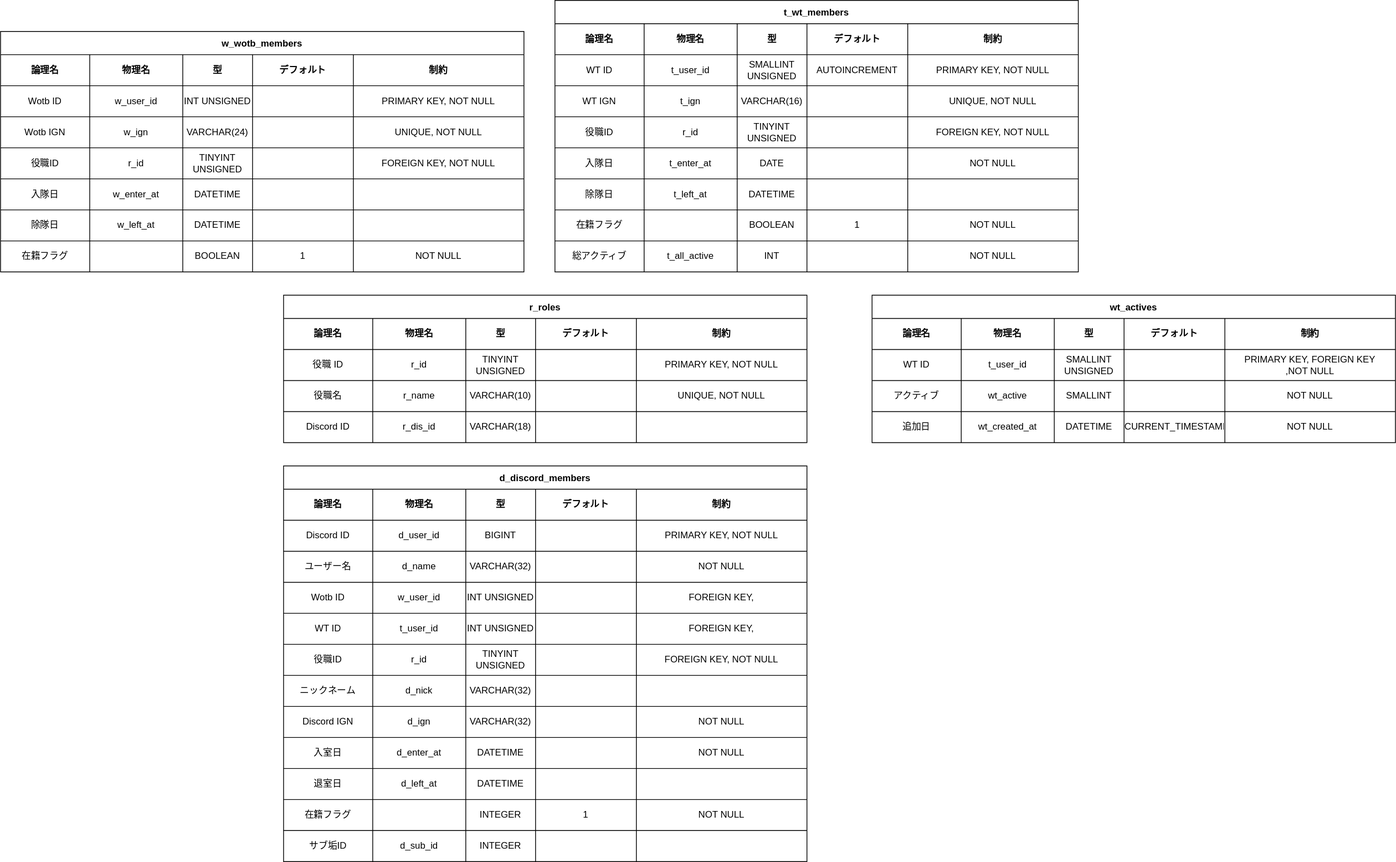
Before: doc/DB-Butsuri.drawio.svg, a diagram exported from draw.io (otazero/ClanManagementDiscordBot). Source tidied: cells renumbered, new cells last; positions are measured from the earlier drawing's top-left corner, leaving out a move shared by most shapes.
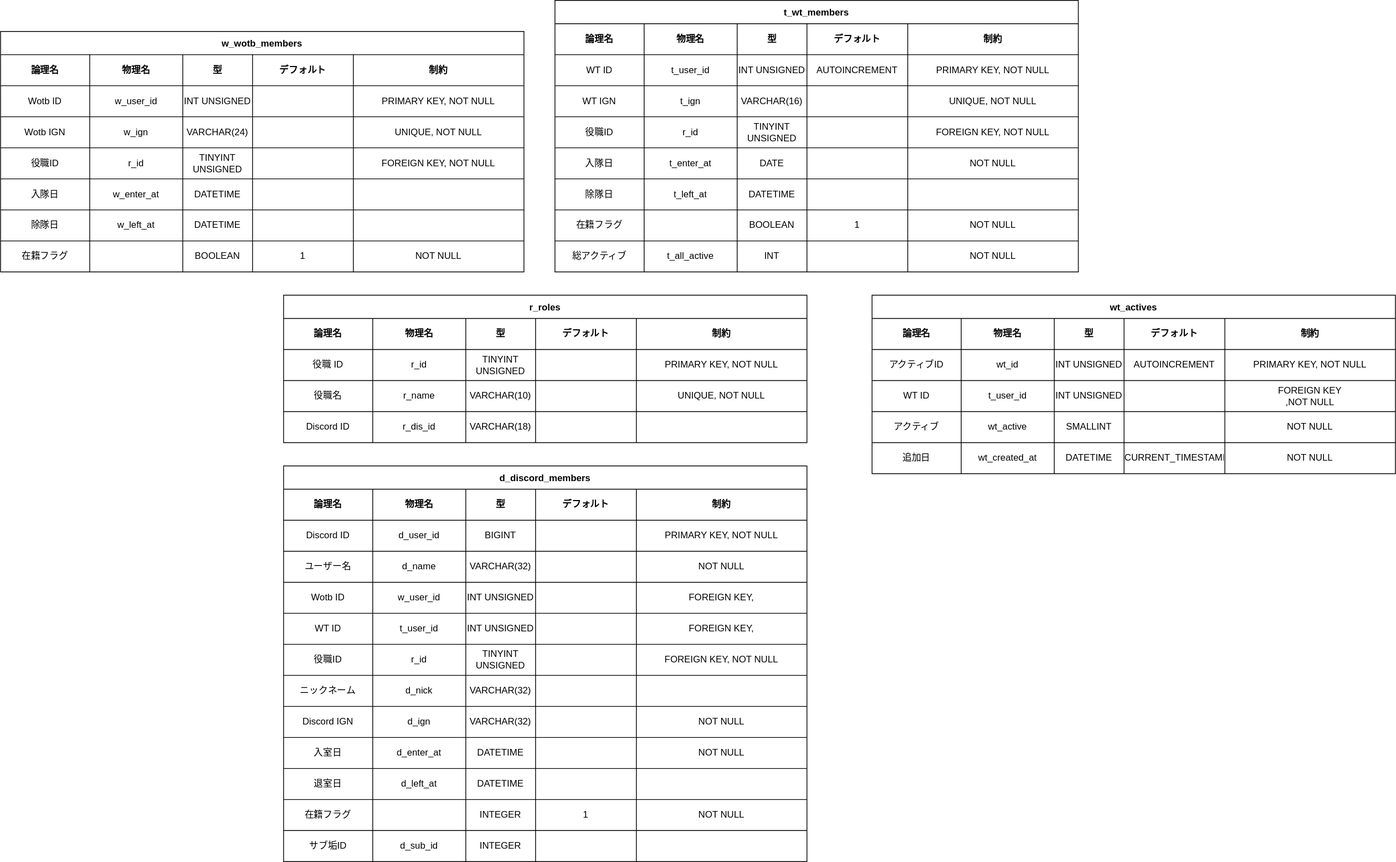
After the change.

Commit message:
WT_IDをINT型に、アクティブIDの追加

Diff of the diagram source:
```diff
@@ -176,7 +176,7 @@
     <mxCell id="59" value="t_user_id" style="shape=partialRectangle;html=1;whiteSpace=wrap;fillColor=none;top=0;left=0;bottom=0;right=0;overflow=hidden;" parent="57" vertex="1">
       <mxGeometry x="115" width="120" height="40" as="geometry" />
     </mxCell>
-    <mxCell id="60" value="SMALLINT UNSIGNED" style="shape=partialRectangle;html=1;whiteSpace=wrap;fillColor=none;top=0;left=0;bottom=0;right=0;overflow=hidden;" parent="57" vertex="1">
+    <mxCell id="60" value="INT UNSIGNED" style="shape=partialRectangle;html=1;whiteSpace=wrap;fillColor=none;top=0;left=0;bottom=0;right=0;overflow=hidden;" parent="57" vertex="1">
       <mxGeometry x="235" width="90" height="40" as="geometry" />
     </mxCell>
     <mxCell id="61" value="AUTOINCREMENT" style="shape=partialRectangle;html=1;whiteSpace=wrap;fillColor=none;top=0;left=0;bottom=0;right=0;overflow=hidden;" parent="57" vertex="1">
@@ -588,7 +588,7 @@
       <mxGeometry x="455" width="220" height="40" as="geometry" />
     </mxCell>
     <mxCell id="197" value="wt_actives" style="shape=table;startSize=30;fontStyle=1;align=center;" parent="1" vertex="1">
-      <mxGeometry x="1124" y="380" width="675" height="190" as="geometry" />
+      <mxGeometry x="1124" y="380" width="675" height="230" as="geometry" />
     </mxCell>
     <mxCell id="198" style="shape=partialRectangle;html=1;whiteSpace=wrap;fillColor=none;top=0;left=0;bottom=0;right=0;" parent="197" vertex="1">
       <mxGeometry y="30" width="675" height="40" as="geometry" />
@@ -608,8 +608,26 @@
     <mxCell id="203" value="制約" style="shape=partialRectangle;html=1;whiteSpace=wrap;fillColor=none;top=0;left=0;bottom=0;right=0;overflow=hidden;fontStyle=1;" parent="198" vertex="1">
       <mxGeometry x="455" width="220" height="40" as="geometry" />
     </mxCell>
+    <mxCell id="222" style="shape=partialRectangle;html=1;whiteSpace=wrap;fillColor=none;top=0;left=0;bottom=0;right=0;" parent="197" vertex="1">
+      <mxGeometry y="70" width="675" height="40" as="geometry" />
+    </mxCell>
+    <mxCell id="223" value="アクティブID" style="shape=partialRectangle;html=1;whiteSpace=wrap;fillColor=none;top=0;left=0;bottom=0;right=0;overflow=hidden;" parent="222" vertex="1">
+      <mxGeometry width="115" height="40" as="geometry" />
+    </mxCell>
+    <mxCell id="224" value="wt_id" style="shape=partialRectangle;html=1;whiteSpace=wrap;fillColor=none;top=0;left=0;bottom=0;right=0;overflow=hidden;" parent="222" vertex="1">
+      <mxGeometry x="115" width="120" height="40" as="geometry" />
+    </mxCell>
+    <mxCell id="225" value="&lt;span&gt;INT UNSIGNED&lt;/span&gt;" style="shape=partialRectangle;html=1;whiteSpace=wrap;fillColor=none;top=0;left=0;bottom=0;right=0;overflow=hidden;" parent="222" vertex="1">
+      <mxGeometry x="235" width="90" height="40" as="geometry" />
+    </mxCell>
+    <mxCell id="226" value="&lt;span&gt;AUTOINCREMENT&lt;/span&gt;" style="shape=partialRectangle;html=1;whiteSpace=wrap;fillColor=none;top=0;left=0;bottom=0;right=0;overflow=hidden;" parent="222" vertex="1">
+      <mxGeometry x="325" width="130" height="40" as="geometry" />
+    </mxCell>
+    <mxCell id="227" value="&lt;span&gt;PRIMARY KEY, NOT NULL&lt;/span&gt;" style="shape=partialRectangle;html=1;whiteSpace=wrap;fillColor=none;top=0;left=0;bottom=0;right=0;overflow=hidden;" parent="222" vertex="1">
+      <mxGeometry x="455" width="220" height="40" as="geometry" />
+    </mxCell>
     <mxCell id="204" style="shape=partialRectangle;html=1;whiteSpace=wrap;fillColor=none;top=0;left=0;bottom=0;right=0;" parent="197" vertex="1">
-      <mxGeometry y="70" width="675" height="40" as="geometry" />
+      <mxGeometry y="110" width="675" height="40" as="geometry" />
     </mxCell>
     <mxCell id="205" value="WT ID" style="shape=partialRectangle;html=1;whiteSpace=wrap;fillColor=none;top=0;left=0;bottom=0;right=0;overflow=hidden;" parent="204" vertex="1">
       <mxGeometry width="115" height="40" as="geometry" />
@@ -617,17 +635,17 @@
     <mxCell id="206" value="t_user_id" style="shape=partialRectangle;html=1;whiteSpace=wrap;fillColor=none;top=0;left=0;bottom=0;right=0;overflow=hidden;" parent="204" vertex="1">
       <mxGeometry x="115" width="120" height="40" as="geometry" />
     </mxCell>
-    <mxCell id="207" value="SMALLINT UNSIGNED" style="shape=partialRectangle;html=1;whiteSpace=wrap;fillColor=none;top=0;left=0;bottom=0;right=0;overflow=hidden;" parent="204" vertex="1">
+    <mxCell id="207" value="INT UNSIGNED" style="shape=partialRectangle;html=1;whiteSpace=wrap;fillColor=none;top=0;left=0;bottom=0;right=0;overflow=hidden;" parent="204" vertex="1">
       <mxGeometry x="235" width="90" height="40" as="geometry" />
     </mxCell>
     <mxCell id="208" style="shape=partialRectangle;html=1;whiteSpace=wrap;fillColor=none;top=0;left=0;bottom=0;right=0;overflow=hidden;" parent="204" vertex="1">
       <mxGeometry x="325" width="130" height="40" as="geometry" />
     </mxCell>
-    <mxCell id="209" value="&lt;span&gt;PRIMARY KEY,&amp;nbsp;&lt;/span&gt;FOREIGN KEY&lt;span&gt;&lt;br&gt;&amp;nbsp;,NOT NULL&lt;/span&gt;" style="shape=partialRectangle;html=1;whiteSpace=wrap;fillColor=none;top=0;left=0;bottom=0;right=0;overflow=hidden;" parent="204" vertex="1">
+    <mxCell id="209" value="FOREIGN KEY&lt;span&gt;&lt;br&gt;&amp;nbsp;,NOT NULL&lt;/span&gt;" style="shape=partialRectangle;html=1;whiteSpace=wrap;fillColor=none;top=0;left=0;bottom=0;right=0;overflow=hidden;" parent="204" vertex="1">
       <mxGeometry x="455" width="220" height="40" as="geometry" />
     </mxCell>
     <mxCell id="210" style="shape=partialRectangle;html=1;whiteSpace=wrap;fillColor=none;top=0;left=0;bottom=0;right=0;" parent="197" vertex="1">
-      <mxGeometry y="110" width="675" height="40" as="geometry" />
+      <mxGeometry y="150" width="675" height="40" as="geometry" />
     </mxCell>
     <mxCell id="211" value="アクティブ" style="shape=partialRectangle;html=1;whiteSpace=wrap;fillColor=none;top=0;left=0;bottom=0;right=0;overflow=hidden;" parent="210" vertex="1">
       <mxGeometry width="115" height="40" as="geometry" />
@@ -645,7 +663,7 @@
       <mxGeometry x="455" width="220" height="40" as="geometry" />
     </mxCell>
     <mxCell id="216" style="shape=partialRectangle;html=1;whiteSpace=wrap;fillColor=none;top=0;left=0;bottom=0;right=0;" parent="197" vertex="1">
-      <mxGeometry y="150" width="675" height="40" as="geometry" />
+      <mxGeometry y="190" width="675" height="40" as="geometry" />
     </mxCell>
     <mxCell id="217" value="追加日" style="shape=partialRectangle;html=1;whiteSpace=wrap;fillColor=none;top=0;left=0;bottom=0;right=0;overflow=hidden;" parent="216" vertex="1">
       <mxGeometry width="115" height="40" as="geometry" />
```
